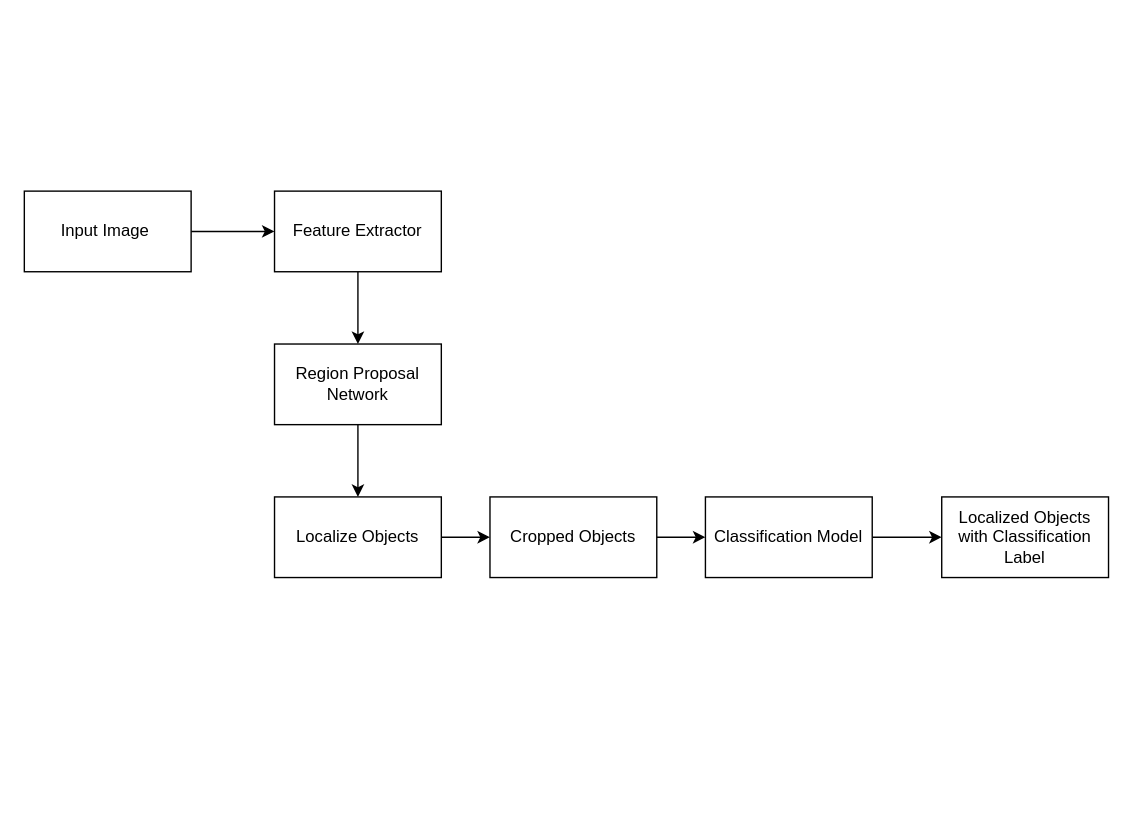
Before: Untitled Diagram.drawio in dhrubapuc23/Computer-Vision, a draw.io diagram. Source tidied: cells renumbered, new cells numbered last; positions are measured from the earlier drawing's top-left corner, leaving out a move shared by most shapes. Both pictures are drawn from the tidied source at 139%, with x=0, y=0 at pixel (24, 190).
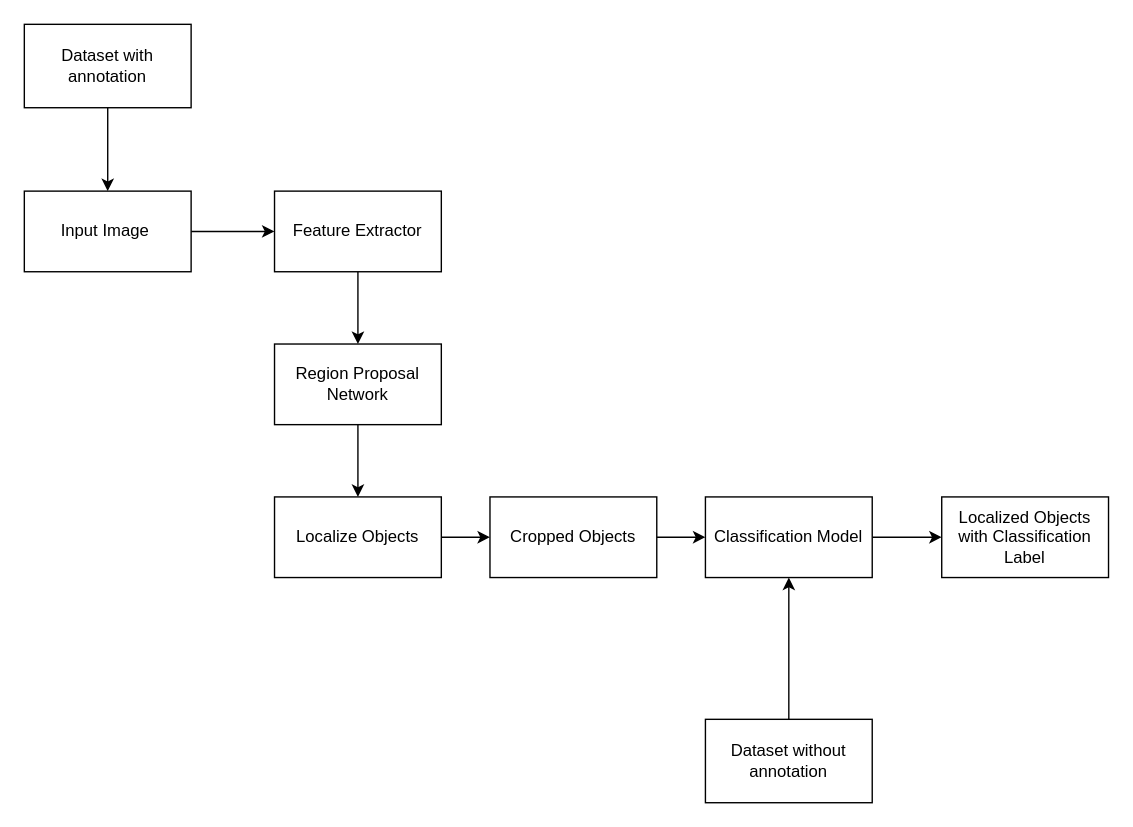
The same diagram, later.

The edit, as a diff of the source:
```diff
@@
 <mxGraphModel>
   <root>
     <mxCell id="0" />
     <mxCell id="1" parent="0" />
     <mxCell id="2" style="edgeStyle=orthogonalEdgeStyle;rounded=0;jettySize=auto;html=1;exitX=1;exitY=0.5;exitDx=0;exitDy=0;entryX=0;entryY=0.5;entryDx=0;entryDy=0;" parent="1" edge="1" source="3" target="5">
       <mxGeometry relative="1" as="geometry" />
     </mxCell>
     <mxCell id="3" value="Input Image&amp;nbsp;" style="rounded=0;whiteSpace=wrap;html=1;" parent="1" vertex="1">
       <mxGeometry width="120" height="58" as="geometry" />
     </mxCell>
     <mxCell id="4" style="edgeStyle=orthogonalEdgeStyle;rounded=0;jettySize=auto;html=1;exitX=0.5;exitY=1;exitDx=0;exitDy=0;" parent="1" edge="1" source="5" target="7">
       <mxGeometry relative="1" as="geometry" />
     </mxCell>
     <mxCell id="5" value="Feature Extractor" style="rounded=0;whiteSpace=wrap;html=1;" parent="1" vertex="1">
       <mxGeometry x="180" width="120" height="58" as="geometry" />
     </mxCell>
     <mxCell id="6" style="edgeStyle=orthogonalEdgeStyle;rounded=0;jettySize=auto;html=1;exitX=0.5;exitY=1;exitDx=0;exitDy=0;" parent="1" edge="1" source="7" target="9">
       <mxGeometry relative="1" as="geometry" />
     </mxCell>
     <mxCell id="7" value="Region Proposal Network" style="rounded=0;whiteSpace=wrap;html=1;" parent="1" vertex="1">
       <mxGeometry x="180" y="110" width="120" height="58" as="geometry" />
     </mxCell>
     <mxCell id="8" style="edgeStyle=orthogonalEdgeStyle;rounded=0;jettySize=auto;html=1;entryX=0;entryY=0.5;entryDx=0;entryDy=0;" parent="1" edge="1" source="9" target="13">
       <mxGeometry relative="1" as="geometry" />
     </mxCell>
     <mxCell id="9" value="Localize Objects" style="rounded=0;whiteSpace=wrap;html=1;" parent="1" vertex="1">
       <mxGeometry x="180" y="220" width="120" height="58" as="geometry" />
     </mxCell>
     <mxCell id="10" style="edgeStyle=orthogonalEdgeStyle;rounded=0;jettySize=auto;html=1;exitX=1;exitY=0.5;exitDx=0;exitDy=0;entryX=0;entryY=0.5;entryDx=0;entryDy=0;" parent="1" edge="1" source="11" target="14">
       <mxGeometry relative="1" as="geometry" />
     </mxCell>
     <mxCell id="11" value="Classification Model" style="rounded=0;whiteSpace=wrap;html=1;" parent="1" vertex="1">
       <mxGeometry x="490" y="220" width="120" height="58" as="geometry" />
     </mxCell>
     <mxCell id="12" style="edgeStyle=orthogonalEdgeStyle;rounded=0;jettySize=auto;html=1;exitX=1;exitY=0.5;exitDx=0;exitDy=0;entryX=0;entryY=0.5;entryDx=0;entryDy=0;" parent="1" edge="1" source="13" target="11">
       <mxGeometry relative="1" as="geometry" />
     </mxCell>
     <mxCell id="13" value="Cropped Objects" style="rounded=0;whiteSpace=wrap;html=1;" parent="1" vertex="1">
       <mxGeometry x="335" y="220" width="120" height="58" as="geometry" />
     </mxCell>
     <mxCell id="14" value="Localized Objects with Classification Label" style="rounded=0;whiteSpace=wrap;html=1;" parent="1" vertex="1">
       <mxGeometry x="660" y="220" width="120" height="58" as="geometry" />
     </mxCell>
+    <mxCell id="15" style="edgeStyle=orthogonalEdgeStyle;rounded=0;jettySize=auto;html=1;exitX=0.5;exitY=1;exitDx=0;exitDy=0;entryX=0.5;entryY=0;entryDx=0;entryDy=0;" parent="1" edge="1" source="16" target="3">
+      <mxGeometry relative="1" as="geometry" />
+    </mxCell>
+    <mxCell id="16" value="Dataset with annotation" style="rounded=0;whiteSpace=wrap;html=1;" parent="1" vertex="1">
+      <mxGeometry y="-120" width="120" height="60" as="geometry" />
+    </mxCell>
+    <mxCell id="17" style="edgeStyle=orthogonalEdgeStyle;rounded=0;jettySize=auto;html=1;exitX=0.5;exitY=0;exitDx=0;exitDy=0;entryX=0.5;entryY=1;entryDx=0;entryDy=0;" parent="1" edge="1" source="18" target="11">
+      <mxGeometry relative="1" as="geometry" />
+    </mxCell>
+    <mxCell id="18" value="Dataset without annotation" style="rounded=0;whiteSpace=wrap;html=1;" parent="1" vertex="1">
+      <mxGeometry x="490" y="380" width="120" height="60" as="geometry" />
+    </mxCell>
   </root>
 </mxGraphModel>
```
